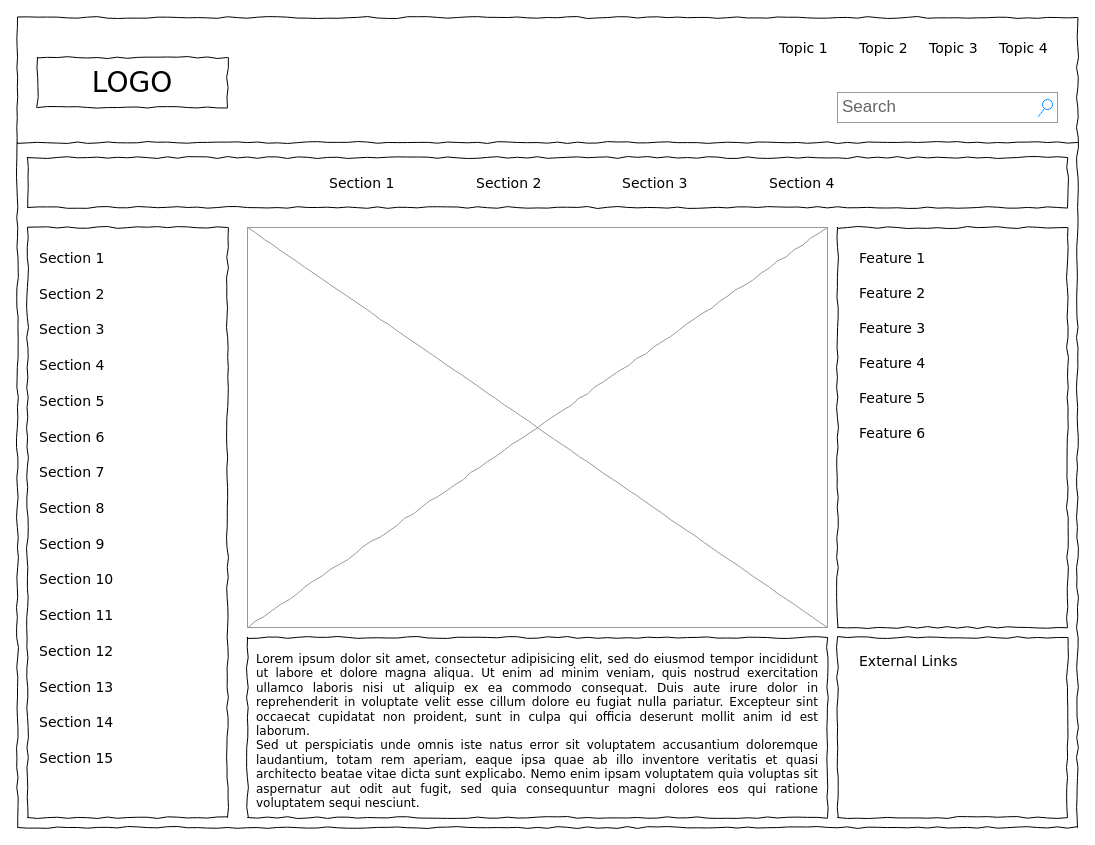
The draw.io diagram Untitled Diagram.drawio in das2002/hello-world, before the edit. Source tidied: cells renumbered, new cells numbered last; positions are measured from the earlier drawing's top-left corner, leaving out a move shared by most shapes. Both pictures are drawn from the tidied source at 100%, with x=0, y=0 at pixel (17, 17).
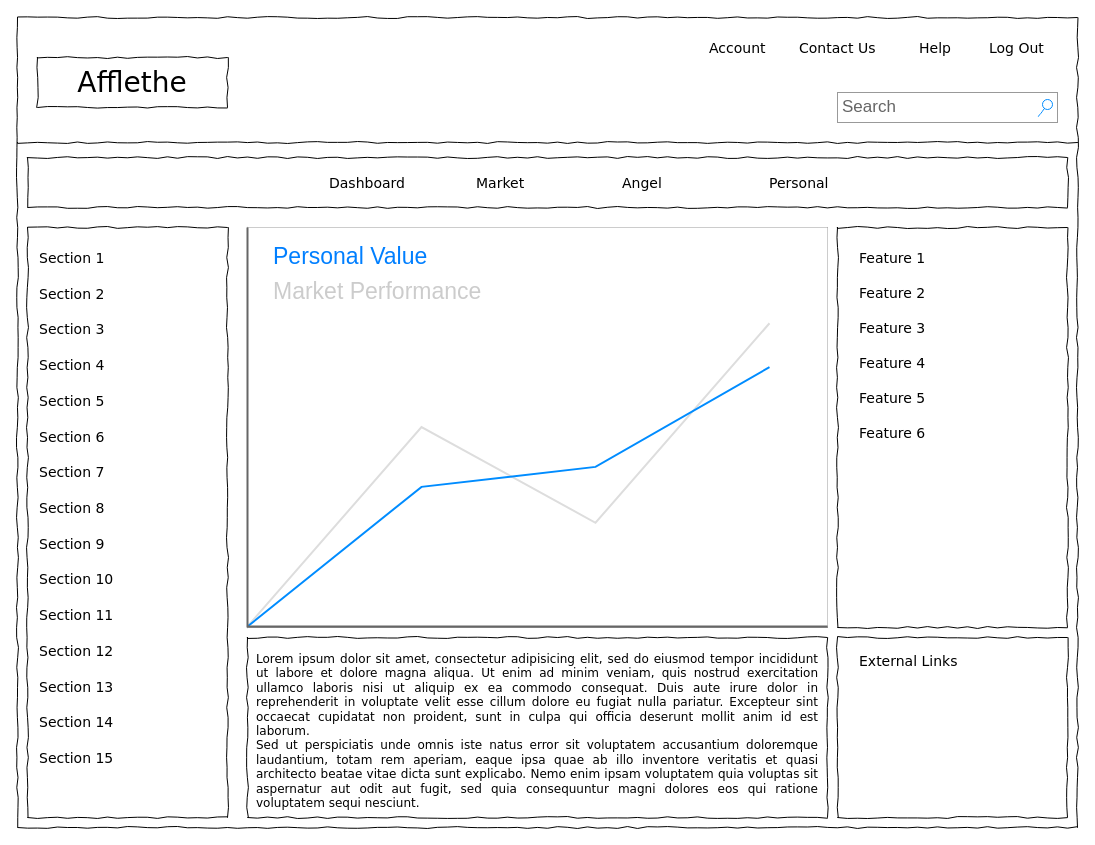
The same diagram, later.

Commit message:
ok still trying

The edit, as a diff of the source:
```diff
@@
-    <mxCell id="3" value="LOGO" style="whiteSpace=wrap;html=1;rounded=0;shadow=0;labelBackgroundColor=none;strokeWidth=1;fontFamily=Verdana;fontSize=28;align=center;comic=1;" parent="1" vertex="1">
+    <mxCell id="3" value="Afflethe" style="whiteSpace=wrap;html=1;rounded=0;shadow=0;labelBackgroundColor=none;strokeWidth=1;fontFamily=Verdana;fontSize=28;align=center;comic=1;" parent="1" vertex="1">
       <mxGeometry x="20" y="40" width="190" height="50" as="geometry" />
     </mxCell>
@@
-    <mxCell id="5" value="Topic 1" style="text;html=1;align=left;verticalAlign=top;spacingTop=-4;fontSize=14;fontFamily=Verdana;" parent="1" vertex="1">
-      <mxGeometry x="760" y="20" width="60" height="20" as="geometry" />
+    <mxCell id="5" value="Account" style="text;html=1;align=left;verticalAlign=top;spacingTop=-4;fontSize=14;fontFamily=Verdana;" parent="1" vertex="1">
+      <mxGeometry x="690" y="20" width="60" height="20" as="geometry" />
     </mxCell>
-    <mxCell id="6" value="Topic 2" style="text;html=1;align=left;verticalAlign=top;spacingTop=-4;fontSize=14;fontFamily=Verdana;" parent="1" vertex="1">
-      <mxGeometry x="840" y="20" width="60" height="20" as="geometry" />
+    <mxCell id="6" value="Contact Us" style="text;html=1;align=left;verticalAlign=top;spacingTop=-4;fontSize=14;fontFamily=Verdana;" parent="1" vertex="1">
+      <mxGeometry x="780" y="20" width="50" height="20" as="geometry" />
     </mxCell>
-    <mxCell id="7" value="Topic 3" style="text;html=1;align=left;verticalAlign=top;spacingTop=-4;fontSize=14;fontFamily=Verdana;" parent="1" vertex="1">
-      <mxGeometry x="910" y="20" width="60" height="20" as="geometry" />
+    <mxCell id="7" value="Help" style="text;html=1;align=left;verticalAlign=top;spacingTop=-4;fontSize=14;fontFamily=Verdana;" parent="1" vertex="1">
+      <mxGeometry x="900" y="20" width="40" height="20" as="geometry" />
     </mxCell>
-    <mxCell id="8" value="Topic 4" style="text;html=1;align=left;verticalAlign=top;spacingTop=-4;fontSize=14;fontFamily=Verdana;" parent="1" vertex="1">
-      <mxGeometry x="980" y="20" width="60" height="20" as="geometry" />
+    <mxCell id="8" value="Log Out" style="text;html=1;align=left;verticalAlign=top;spacingTop=-4;fontSize=14;fontFamily=Verdana;" parent="1" vertex="1">
+      <mxGeometry x="970" y="20" width="60" height="20" as="geometry" />
     </mxCell>
@@
-    <mxCell id="12" value="Section 1" style="text;html=1;align=left;verticalAlign=top;spacingTop=-4;fontSize=14;fontFamily=Verdana;" parent="1" vertex="1">
-      <mxGeometry x="310" y="155" width="60" height="20" as="geometry" />
+    <mxCell id="12" value="Dashboard" style="text;html=1;align=left;verticalAlign=top;spacingTop=-4;fontSize=14;fontFamily=Verdana;" parent="1" vertex="1">
+      <mxGeometry x="310" y="155" width="80" height="20" as="geometry" />
     </mxCell>
-    <mxCell id="13" value="Section 2" style="text;html=1;align=left;verticalAlign=top;spacingTop=-4;fontSize=14;fontFamily=Verdana;" parent="1" vertex="1">
-      <mxGeometry x="457" y="155" width="60" height="20" as="geometry" />
+    <mxCell id="13" value="Market" style="text;html=1;align=left;verticalAlign=top;spacingTop=-4;fontSize=14;fontFamily=Verdana;" parent="1" vertex="1">
+      <mxGeometry x="457" y="155" width="73" height="20" as="geometry" />
     </mxCell>
-    <mxCell id="14" value="Section 3" style="text;html=1;align=left;verticalAlign=top;spacingTop=-4;fontSize=14;fontFamily=Verdana;" parent="1" vertex="1">
+    <mxCell id="14" value="Angel" style="text;html=1;align=left;verticalAlign=top;spacingTop=-4;fontSize=14;fontFamily=Verdana;" parent="1" vertex="1">
       <mxGeometry x="603" y="155" width="60" height="20" as="geometry" />
     </mxCell>
-    <mxCell id="15" value="Section 4" style="text;html=1;align=left;verticalAlign=top;spacingTop=-4;fontSize=14;fontFamily=Verdana;" parent="1" vertex="1">
+    <mxCell id="15" value="Personal" style="text;html=1;align=left;verticalAlign=top;spacingTop=-4;fontSize=14;fontFamily=Verdana;" parent="1" vertex="1">
       <mxGeometry x="750" y="155" width="60" height="20" as="geometry" />
     </mxCell>
@@
+    <mxCell id="42" style="verticalLabelPosition=bottom;shadow=0;dashed=0;align=center;html=1;verticalAlign=top;strokeWidth=1;shape=mxgraph.mockup.graphics.lineChart;strokeColor=none;strokeColor2=#666666;strokeColor3=#008cff;strokeColor4=#dddddd;" parent="1" vertex="1">
+      <mxGeometry x="230" y="210" width="580" height="399" as="geometry" />
+    </mxCell>
+    <mxCell id="43" value="Personal Value" style="strokeWidth=1;shadow=0;dashed=0;align=center;html=1;shape=mxgraph.mockup.text.textBox;align=left;fontSize=23;spacingLeft=4;spacingTop=-3;mainText=;strokeColor=none;fontColor=#007FFF;" parent="1" vertex="1">
+      <mxGeometry x="250" y="222.5" width="180" height="35" as="geometry" />
+    </mxCell>
+    <mxCell id="44" value="Market Performance" style="strokeWidth=1;shadow=0;dashed=0;align=center;html=1;shape=mxgraph.mockup.text.textBox;align=left;fontSize=23;spacingLeft=4;spacingTop=-3;mainText=;strokeColor=none;fontColor=#CCCCCC;" parent="1" vertex="1">
+      <mxGeometry x="250" y="258" width="220" height="35" as="geometry" />
+    </mxCell>
```
